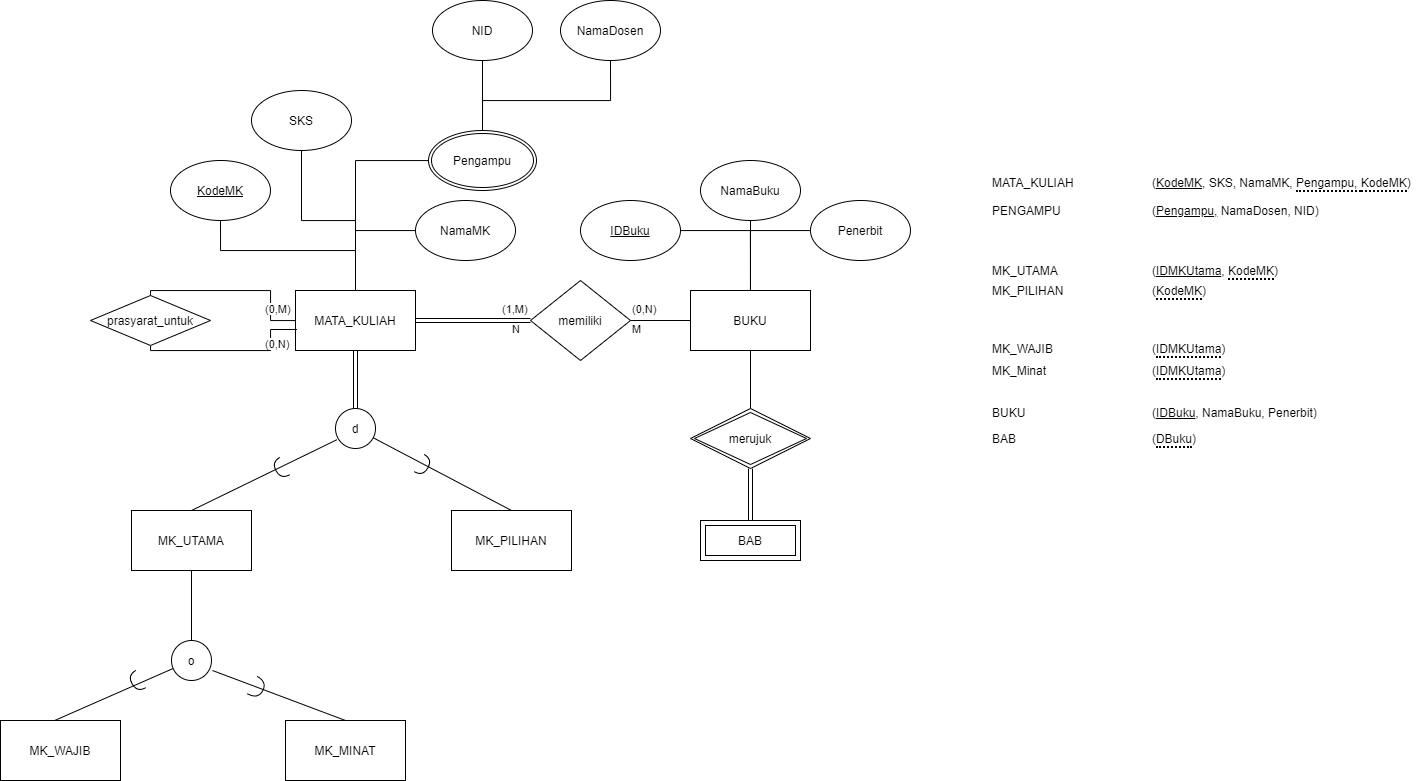
The draw.io diagram Quiz3.drawio.png in Drithh/ER-Diagram, before a commit. Source tidied: cells renumbered, new cells last; positions are measured from the earlier drawing's top-left corner, leaving out a move shared by most shapes.
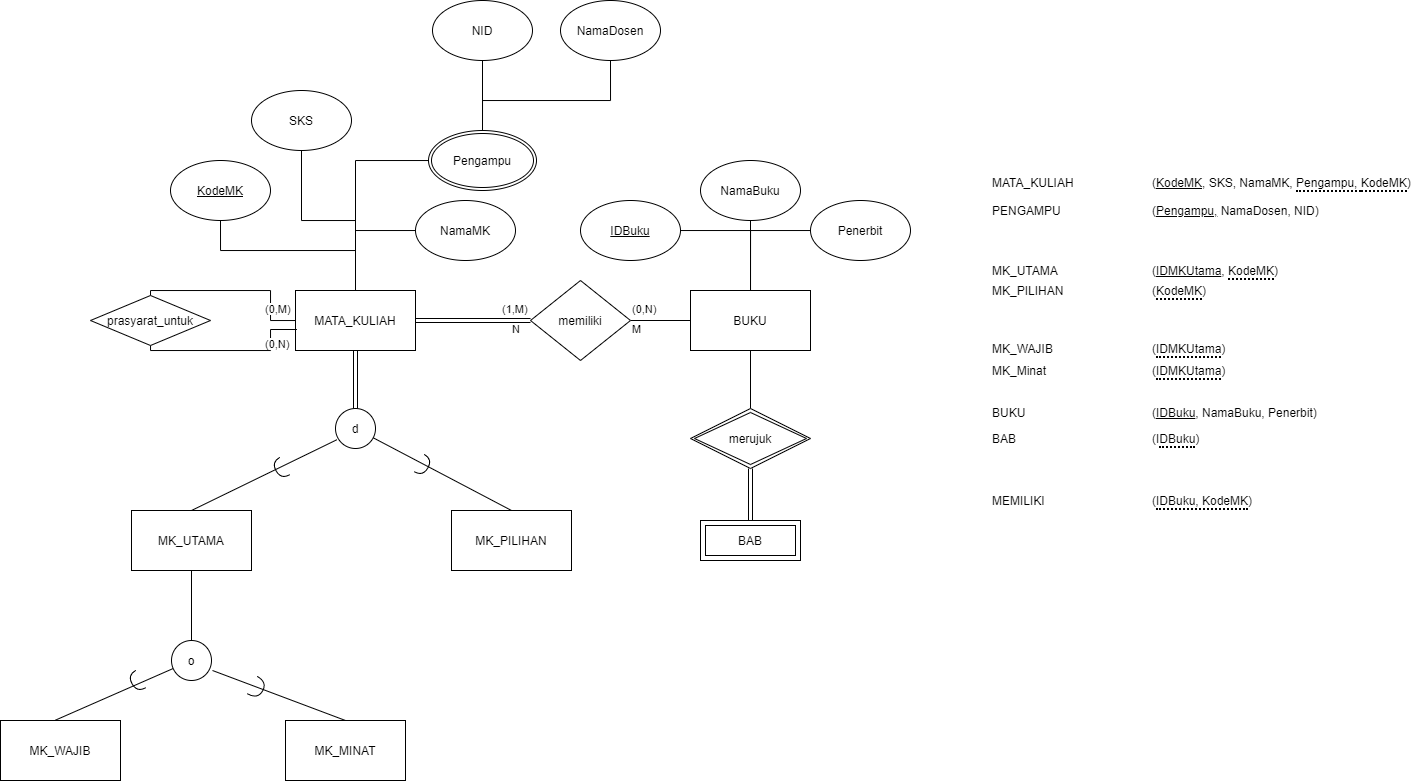
After the commit.

Diff of the diagram source:
```diff
@@ -166,7 +166,7 @@
     <mxCell id="48" value="BUKU&lt;span style=&quot;white-space: pre&quot;&gt;&#9;&lt;/span&gt;&lt;span style=&quot;white-space: pre&quot;&gt;&#9;&lt;/span&gt;&lt;span style=&quot;white-space: pre&quot;&gt;&#9;&lt;/span&gt;&lt;span style=&quot;white-space: pre&quot;&gt;&#9;&lt;/span&gt;&lt;span style=&quot;white-space: pre&quot;&gt;&#9;&lt;/span&gt;(&lt;u&gt;IDBuku&lt;/u&gt;, NamaBuku, Penerbit)" style="text;html=1;align=left;verticalAlign=middle;strokeColor=none;fillColor=none;" parent="1" vertex="1">
       <mxGeometry x="990" y="402" width="340" height="20" as="geometry" />
     </mxCell>
-    <mxCell id="49" value="BAB&lt;span&gt;&#9;&lt;/span&gt;&lt;span&gt;&#9;&lt;/span&gt;&lt;span&gt;&#9;&lt;/span&gt;&lt;span&gt;&#9;&lt;/span&gt;&lt;span&gt;&#9;&lt;/span&gt;&amp;nbsp;&lt;span&gt;&#9;&lt;span style=&quot;white-space: pre&quot;&gt;&#9;&lt;/span&gt;&lt;span style=&quot;white-space: pre&quot;&gt;&#9;&lt;/span&gt;&lt;span style=&quot;white-space: pre&quot;&gt;&#9;&lt;/span&gt;&lt;span style=&quot;white-space: pre&quot;&gt;&#9;&lt;/span&gt;&lt;span style=&quot;white-space: pre&quot;&gt;&#9;&lt;/span&gt;&lt;/span&gt;(&lt;span style=&quot;border-bottom: 2px dotted black&quot;&gt;DBuku&lt;/span&gt;)" style="text;html=1;align=left;verticalAlign=middle;strokeColor=none;fillColor=none;" parent="1" vertex="1">
+    <mxCell id="49" value="BAB&lt;span&gt;&#9;&lt;/span&gt;&lt;span&gt;&#9;&lt;/span&gt;&lt;span&gt;&#9;&lt;/span&gt;&lt;span&gt;&#9;&lt;/span&gt;&lt;span&gt;&#9;&lt;/span&gt;&amp;nbsp;&lt;span&gt;&#9;&lt;span style=&quot;white-space: pre&quot;&gt;&#9;&lt;/span&gt;&lt;span style=&quot;white-space: pre&quot;&gt;&#9;&lt;/span&gt;&lt;span style=&quot;white-space: pre&quot;&gt;&#9;&lt;/span&gt;&lt;span style=&quot;white-space: pre&quot;&gt;&#9;&lt;/span&gt;&lt;span style=&quot;white-space: pre&quot;&gt;&#9;&lt;/span&gt;&lt;/span&gt;(I&lt;span style=&quot;border-bottom: 2px dotted black&quot;&gt;DBuku&lt;/span&gt;)" style="text;html=1;align=left;verticalAlign=middle;strokeColor=none;fillColor=none;" parent="1" vertex="1">
       <mxGeometry x="990" y="428" width="220" height="20" as="geometry" />
     </mxCell>
     <mxCell id="50" style="edgeStyle=orthogonalEdgeStyle;rounded=0;jettySize=auto;html=1;endArrow=none;endFill=0;" parent="1" edge="1" source="51" target="35">
@@ -212,5 +212,8 @@
     <mxCell id="61" value="Penerbit" style="ellipse;whiteSpace=wrap;html=1;" parent="1" vertex="1">
       <mxGeometry x="810" y="200" width="100" height="60" as="geometry" />
     </mxCell>
+    <mxCell id="62" value="MEMILIKI&lt;span style=&quot;white-space: pre&quot;&gt;&#9;&lt;/span&gt;&lt;span style=&quot;white-space: pre&quot;&gt;&#9;&lt;/span&gt;&lt;span style=&quot;white-space: pre&quot;&gt;&#9;&lt;/span&gt;&lt;span style=&quot;white-space: pre&quot;&gt;&#9;&lt;/span&gt;(&lt;span style=&quot;border-bottom: 2px dotted black&quot;&gt;IDBuku, KodeMK&lt;/span&gt;)" style="text;html=1;align=left;verticalAlign=middle;strokeColor=none;fillColor=none;" parent="1" vertex="1">
+      <mxGeometry x="990" y="490" width="280" height="20" as="geometry" />
+    </mxCell>
   </root>
 </mxGraphModel>
```
